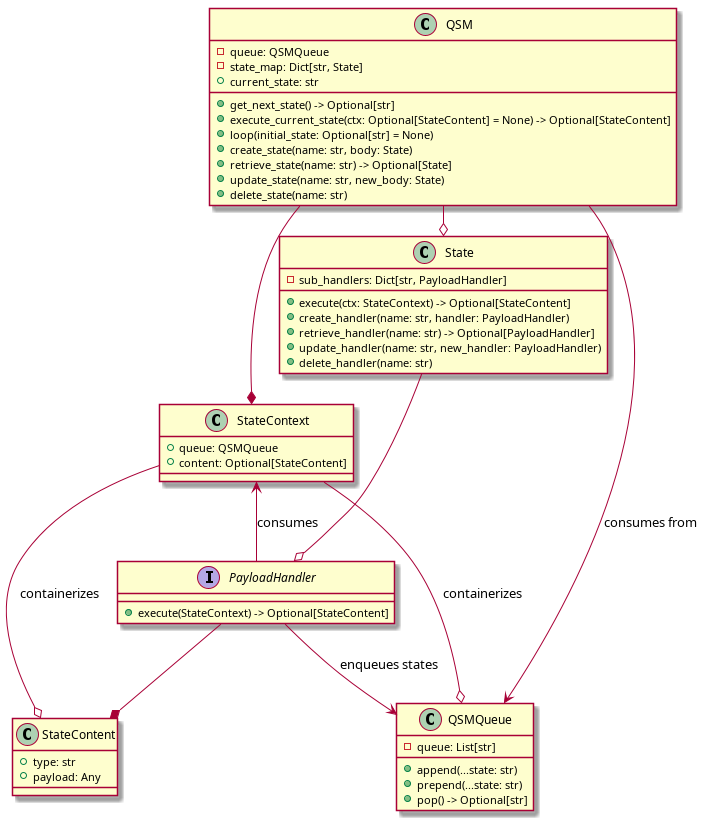
Before: docs/object-model.png, a diagram exported from PlantUML (aaron-jencks/qsm). Its source is kept beside it as docs/object-model.puml. Source of this version:
```plantuml
@startuml

class QSMQueue {
    - queue: List[str]
    + append(...state: str)
    + prepend(...state: str)
    + pop() -> Optional[str]
}

class StateContent {
    + type: str
    + payload: Any
}

class StateContext {
    + queue: QSMQueue
    + content: Optional[StateContent]
}

class QSM {
    - queue: QSMQueue
    - state_map: Dict[str, State]
    + current_state: str
    + get_next_state() -> Optional[str]
    + execute_current_state(ctx: Optional[StateContent] = None) -> Optional[StateContent]
    + loop(initial_state: Optional[str] = None)
    + create_state(name: str, body: State)
    + retrieve_state(name: str) -> Optional[State]
    + update_state(name: str, new_body: State)
    + delete_state(name: str)
}

class State {
    - sub_handlers: Dict[str, PayloadHandler]
    + execute(ctx: StateContext) -> Optional[StateContent]
    + create_handler(name: str, handler: PayloadHandler)
    + retrieve_handler(name: str) -> Optional[PayloadHandler]
    + update_handler(name: str, new_handler: PayloadHandler)
    + delete_handler(name: str)
}

interface PayloadHandler {
    + execute(StateContext) -> Optional[StateContent]
}

QSM -o State
QSM --> QSMQueue : "consumes from"
QSM --* StateContext
State --o PayloadHandler
PayloadHandler --* StateContent
PayloadHandler --> QSMQueue : "enqueues states"
StateContext <-- PayloadHandler : "consumes"
StateContext --o StateContent : "containerizes"
StateContext --o QSMQueue : "containerizes"

@enduml
```
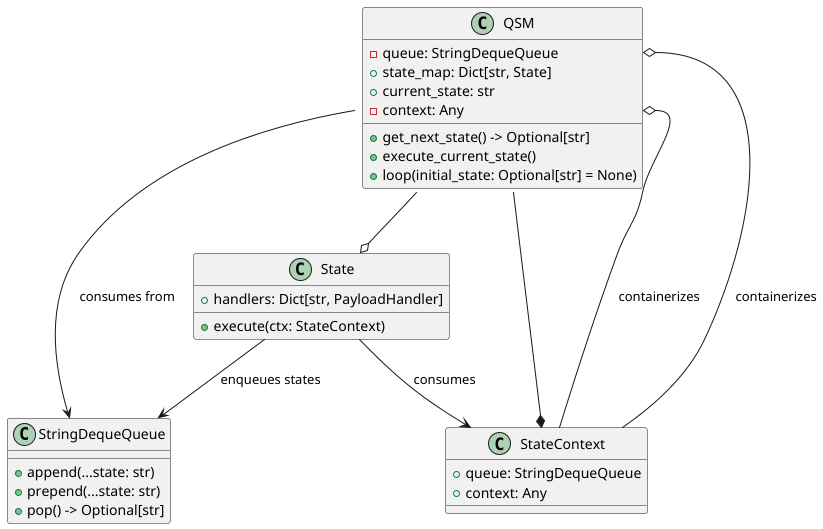
After the commit.

Change to the diagram source:
```diff
@@ -1,56 +1,36 @@
 @startuml
 
-class QSMQueue {
-    - queue: List[str]
+class StringDequeQueue {
     + append(...state: str)
     + prepend(...state: str)
     + pop() -> Optional[str]
 }
 
-class StateContent {
-    + type: str
-    + payload: Any
-}
-
 class StateContext {
-    + queue: QSMQueue
-    + content: Optional[StateContent]
+    + queue: StringDequeQueue
+    + context: Any
 }
 
 class QSM {
-    - queue: QSMQueue
-    - state_map: Dict[str, State]
+    - queue: StringDequeQueue
+    + state_map: Dict[str, State]
     + current_state: str
+    - context: Any
     + get_next_state() -> Optional[str]
-    + execute_current_state(ctx: Optional[StateContent] = None) -> Optional[StateContent]
+    + execute_current_state()
     + loop(initial_state: Optional[str] = None)
-    + create_state(name: str, body: State)
-    + retrieve_state(name: str) -> Optional[State]
-    + update_state(name: str, new_body: State)
-    + delete_state(name: str)
 }
 
 class State {
-    - sub_handlers: Dict[str, PayloadHandler]
-    + execute(ctx: StateContext) -> Optional[StateContent]
-    + create_handler(name: str, handler: PayloadHandler)
-    + retrieve_handler(name: str) -> Optional[PayloadHandler]
-    + update_handler(name: str, new_handler: PayloadHandler)
-    + delete_handler(name: str)
+    + handlers: Dict[str, PayloadHandler]
+    + execute(ctx: StateContext)
 }
 
-interface PayloadHandler {
-    + execute(StateContext) -> Optional[StateContent]
-}
-
-QSM -o State
-QSM --> QSMQueue : "consumes from"
+QSM --o State
+QSM --> StringDequeQueue : "consumes from"
 QSM --* StateContext
-State --o PayloadHandler
-PayloadHandler --* StateContent
-PayloadHandler --> QSMQueue : "enqueues states"
-StateContext <-- PayloadHandler : "consumes"
-StateContext --o StateContent : "containerizes"
-StateContext --o QSMQueue : "containerizes"
-
+State --> StringDequeQueue : "enqueues states"
+StateContext --o QSM::context : "containerizes"
+StateContext --o QSM::queue : "containerizes"
+State --> StateContext : "consumes"
 @enduml
```
